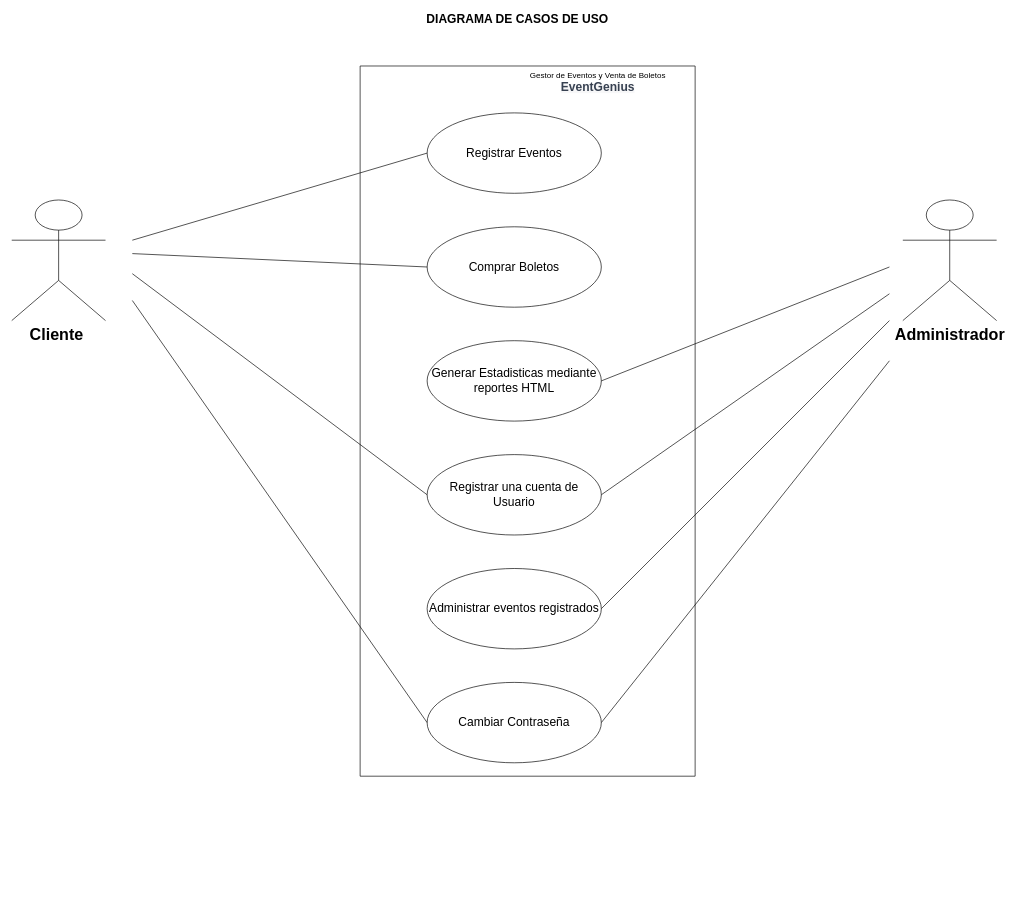
Earlier version of the draw.io diagram page "DiagramaDeClases" (1 of 2) of DiagramasDeClase_CasosDeUso.drawio (OliJoel0411/Proyecto_Semestre_Progra_I-umg). Source tidied: cells renumbered, new cells numbered last; positions are measured from the earlier drawing's top-left corner, leaving out a move shared by most shapes. Both pictures are drawn from the tidied source at 67%, with x=0, y=0 at pixel (11, 12).
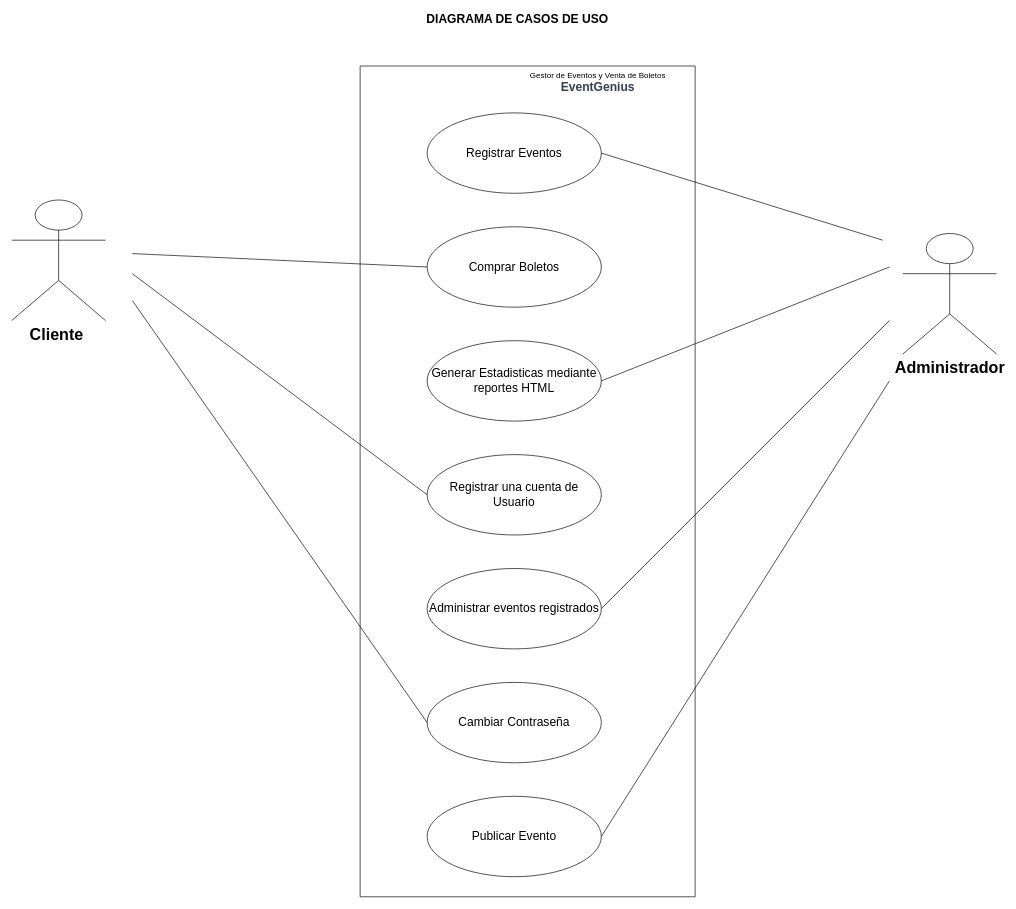
The same page after the edit.

Commit message:
diagramas de casos de uso

Unchanged cells that the change refers to:
```xml
<mxCell id="7" value="Registrar Eventos" style="ellipse;whiteSpace=wrap;html=1;fontSize=18;" parent="5" vertex="1">
  <mxGeometry x="100" y="70" width="260" height="120" as="geometry" />
</mxCell>
<mxCell id="10" value="Registrar una cuenta de Usuario" style="ellipse;whiteSpace=wrap;html=1;fontSize=18;" parent="5" vertex="1">
  <mxGeometry x="100" y="580" width="260" height="120" as="geometry" />
</mxCell>
<mxCell id="12" value="Cambiar Contraseña" style="ellipse;whiteSpace=wrap;html=1;fontSize=18;" parent="5" vertex="1">
  <mxGeometry x="100" y="920" width="260" height="120" as="geometry" />
</mxCell>
```

Diff of the diagram source:
```diff
@@
     <mxCell id="4" value="&lt;font style=&quot;font-size: 24px&quot;&gt;&lt;b&gt;Administrador&lt;/b&gt;&lt;/font&gt;" style="shape=umlActor;verticalLabelPosition=bottom;verticalAlign=top;html=1;fontSize=18;" parent="1" vertex="1">
-      <mxGeometry x="1330" y="280" width="140" height="180" as="geometry" />
+      <mxGeometry x="1330" y="330" width="140" height="180" as="geometry" />
     </mxCell>
     <mxCell id="5" style="swimlane;startSize=0;" parent="1" vertex="1">
-      <mxGeometry x="520" y="80" width="500" height="1060" as="geometry" />
+      <mxGeometry x="520" y="80" width="500" height="1240" as="geometry" />
     </mxCell>
@@
+    <mxCell id="21" value="Publicar Evento" style="ellipse;whiteSpace=wrap;html=1;fontSize=18;" parent="5" vertex="1">
+      <mxGeometry x="100" y="1090" width="260" height="120" as="geometry" />
+    </mxCell>
-    <mxCell id="13" style="endArrow=none;html=1;rounded=0;fontSize=24;entryX=0;entryY=0.5;entryDx=0;entryDy=0;" parent="1" edge="1" target="7">
+    <mxCell id="13" style="endArrow=none;html=1;rounded=0;fontSize=24;entryX=1;entryY=0.5;entryDx=0;entryDy=0;" parent="1" edge="1" target="7">
       <mxGeometry relative="1" as="geometry">
-        <mxPoint x="180" y="340" as="sourcePoint" />
+        <mxPoint x="1300" y="340" as="sourcePoint" />
       </mxGeometry>
     </mxCell>
@@
-    <mxCell id="16" style="endArrow=none;html=1;rounded=0;fontSize=24;exitX=1;exitY=0.5;exitDx=0;exitDy=0;" parent="1" edge="1" source="10">
-      <mxGeometry relative="1" as="geometry">
-        <mxPoint x="1310" y="420" as="targetPoint" />
-      </mxGeometry>
-    </mxCell>
@@
-    <mxCell id="20" style="endArrow=none;html=1;rounded=0;fontSize=24;exitX=1;exitY=0.5;exitDx=0;exitDy=0;" parent="1" edge="1" source="12">
-      <mxGeometry relative="1" as="geometry">
-        <mxPoint x="1310" y="520" as="targetPoint" />
-      </mxGeometry>
-    </mxCell>
+    <mxCell id="22" style="endArrow=none;html=1;rounded=0;fontSize=24;exitX=1;exitY=0.5;exitDx=0;exitDy=0;" parent="1" edge="1" source="21">
+      <mxGeometry relative="1" as="geometry">
+        <mxPoint x="1310" y="550" as="targetPoint" />
+      </mxGeometry>
+    </mxCell>
```
